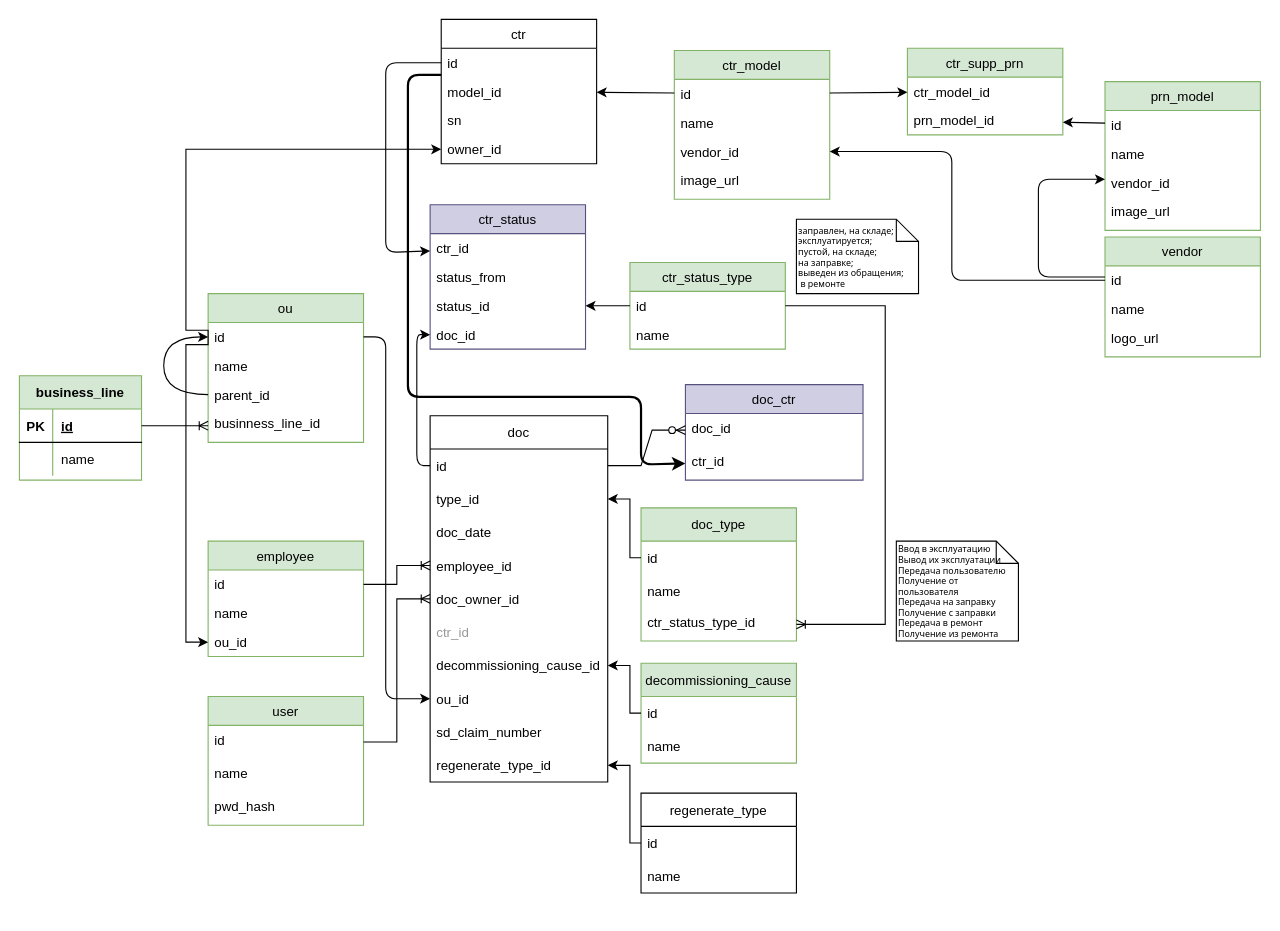
This is page "Ent relationship" (1 of 2) of docs/cartridge_accounting.drawio from IgorTkachuk/caartridge_accounting, a draw.io file, before an edit. Source tidied: cells renumbered, new cells numbered last; positions are measured from the earlier drawing's top-left corner, leaving out a move shared by most shapes. Both pictures are drawn from the tidied source at 111%, with x=0, y=0 at pixel (19, 19).
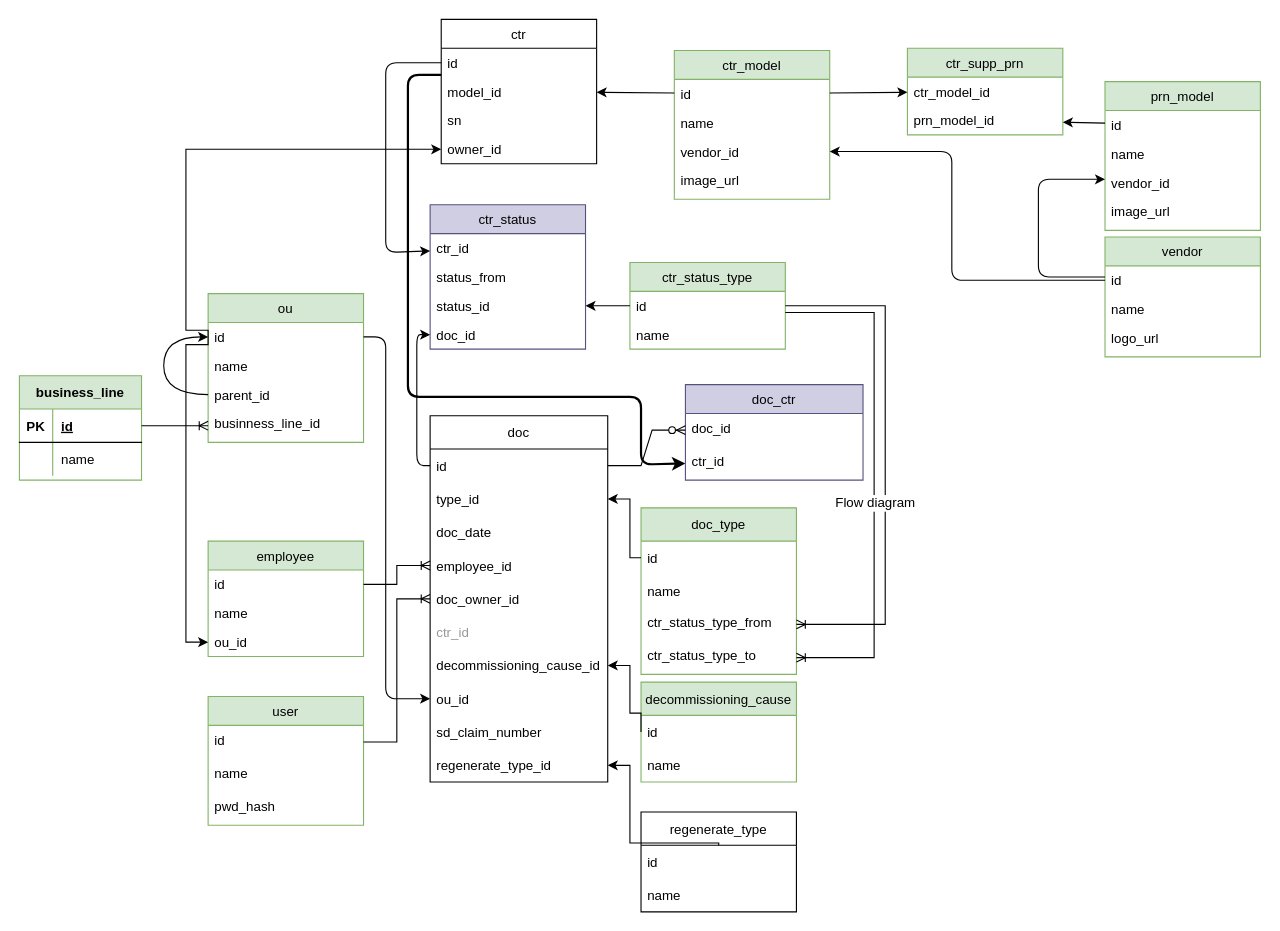
After the change.

The change refers to these unchanged cells:
```xml
<mxCell id="33" value="id" style="text;strokeColor=none;fillColor=none;align=left;verticalAlign=top;spacingLeft=4;spacingRight=4;overflow=hidden;points=[[0,0.5],[1,0.5]];portConstraint=eastwest;" parent="32" vertex="1">
  <mxGeometry y="26" width="140" height="26" as="geometry" />
</mxCell>
```

Change to the diagram source:
```diff
@@
     <mxCell id="63" value="doc_type" style="swimlane;fontStyle=0;horizontal=1;startSize=30;fillColor=#d5e8d4;strokeColor=#82b366;" parent="1" vertex="1">
-      <mxGeometry x="560" y="440" width="140" height="120" as="geometry" />
+      <mxGeometry x="560" y="440" width="140" height="150" as="geometry" />
     </mxCell>
@@
-    <mxCell id="66" value="ctr_status_type_id" style="text;strokeColor=none;fillColor=none;spacingLeft=4;spacingRight=4;overflow=hidden;points=[[0,0.5],[1,0.5]];portConstraint=eastwest;fontSize=12;" parent="63" vertex="1">
+    <mxCell id="66" value="ctr_status_type_from" style="text;strokeColor=none;fillColor=none;spacingLeft=4;spacingRight=4;overflow=hidden;points=[[0,0.5],[1,0.5]];portConstraint=eastwest;fontSize=12;" parent="63" vertex="1">
       <mxGeometry y="90" width="140" height="30" as="geometry" />
     </mxCell>
+    <mxCell id="100" value="ctr_status_type_to" style="text;strokeColor=none;fillColor=none;spacingLeft=4;spacingRight=4;overflow=hidden;points=[[0,0.5],[1,0.5]];portConstraint=eastwest;fontSize=12;fontColor=#000000;" parent="63" vertex="1">
+      <mxGeometry y="120" width="140" height="30" as="geometry" />
+    </mxCell>
@@
     <mxCell id="70" value="decommissioning_cause" style="swimlane;fontStyle=0;horizontal=1;startSize=30;fillColor=#d5e8d4;strokeColor=#82b366;" parent="1" vertex="1">
-      <mxGeometry x="560" y="580" width="140" height="90" as="geometry" />
+      <mxGeometry x="560" y="597" width="140" height="90" as="geometry" />
     </mxCell>
@@
     <mxCell id="74" value="regenerate_type" style="swimlane;fontStyle=0;horizontal=1;startSize=30;" parent="1" vertex="1">
-      <mxGeometry x="560" y="697" width="140" height="90" as="geometry" />
+      <mxGeometry x="560" y="714" width="140" height="90" as="geometry" />
     </mxCell>
@@
-    <mxCell id="97" value="&lt;span style=&quot;font-size: 8px;&quot;&gt;Ввод в эксплуатацию&lt;/span&gt;&lt;br style=&quot;font-size: 8px;&quot;&gt;&lt;span style=&quot;font-size: 8px;&quot;&gt;Вывод их эксплуатации&lt;/span&gt;&lt;br style=&quot;font-size: 8px;&quot;&gt;&lt;span style=&quot;font-size: 8px;&quot;&gt;Передача пользователю&lt;/span&gt;&lt;br style=&quot;font-size: 8px;&quot;&gt;&lt;span style=&quot;font-size: 8px;&quot;&gt;Получение от пользователя&lt;/span&gt;&lt;br style=&quot;font-size: 8px;&quot;&gt;&lt;span style=&quot;font-size: 8px;&quot;&gt;Передача на заправку&lt;/span&gt;&lt;br style=&quot;font-size: 8px;&quot;&gt;&lt;span style=&quot;font-size: 8px;&quot;&gt;Получение с заправки&lt;/span&gt;&lt;br style=&quot;font-size: 8px;&quot;&gt;&lt;span style=&quot;font-size: 8px;&quot;&gt;Передача в ремонт&lt;/span&gt;&lt;br style=&quot;font-size: 8px;&quot;&gt;&lt;span style=&quot;font-size: 8px;&quot;&gt;Получение из ремонта&lt;/span&gt;" style="shape=note;size=20;whiteSpace=wrap;html=1;align=left;fontFamily=Tahoma;fontSize=8;" parent="1" vertex="1">
-      <mxGeometry x="790" y="470" width="110" height="90" as="geometry" />
-    </mxCell>
     <mxCell id="98" style="edgeStyle=elbowEdgeStyle;fontSize=12;html=1;endArrow=ERoneToMany;rounded=0;" parent="1" edge="1" source="33" target="66">
       <mxGeometry relative="1" as="geometry">
         <Array as="points">
+          <mxPoint x="780" y="440" />
+          <mxPoint x="790" y="460" />
           <mxPoint x="780" y="400" />
         </Array>
       </mxGeometry>
     </mxCell>
-    <mxCell id="99" value="&lt;span style=&quot;font-size: 8px;&quot;&gt;заправлен, на складе;&lt;/span&gt;&lt;br style=&quot;font-size: 8px;&quot;&gt;&lt;span style=&quot;font-size: 8px;&quot;&gt;эксплуатируется;&lt;/span&gt;&lt;br style=&quot;font-size: 8px;&quot;&gt;&lt;span style=&quot;font-size: 8px;&quot;&gt;пустой, на складе;&lt;/span&gt;&lt;br style=&quot;font-size: 8px;&quot;&gt;&lt;span style=&quot;font-size: 8px;&quot;&gt;на заправке;&lt;/span&gt;&lt;br style=&quot;font-size: 8px;&quot;&gt;&lt;span style=&quot;font-size: 8px;&quot;&gt;выведен из обращения;&lt;/span&gt;&lt;br style=&quot;font-size: 8px;&quot;&gt;&lt;span style=&quot;font-size: 8px;&quot;&gt;&amp;nbsp;в ремонте&lt;/span&gt;" style="shape=note;size=20;whiteSpace=wrap;html=1;align=left;fontSize=8;fontFamily=Tahoma;" parent="1" vertex="1">
-      <mxGeometry x="700" y="180" width="110" height="67" as="geometry" />
-    </mxCell>
+    <mxCell id="101" style="edgeStyle=orthogonalEdgeStyle;fontSize=12;html=1;endArrow=ERoneToMany;rounded=0;shadow=0;fontColor=#000000;" parent="1" edge="1" source="33" target="100">
+      <mxGeometry relative="1" as="geometry">
+        <Array as="points">
+          <mxPoint x="770" y="264" />
+          <mxPoint x="770" y="575" />
+        </Array>
+      </mxGeometry>
+    </mxCell>
+    <mxCell id="102" value="Flow diagram" style="edgeLabel;html=1;align=center;verticalAlign=middle;fontSize=12;fontColor=#000000;" parent="101" vertex="1">
+      <mxGeometry x="0.09" relative="1" as="geometry" />
+    </mxCell>
```
